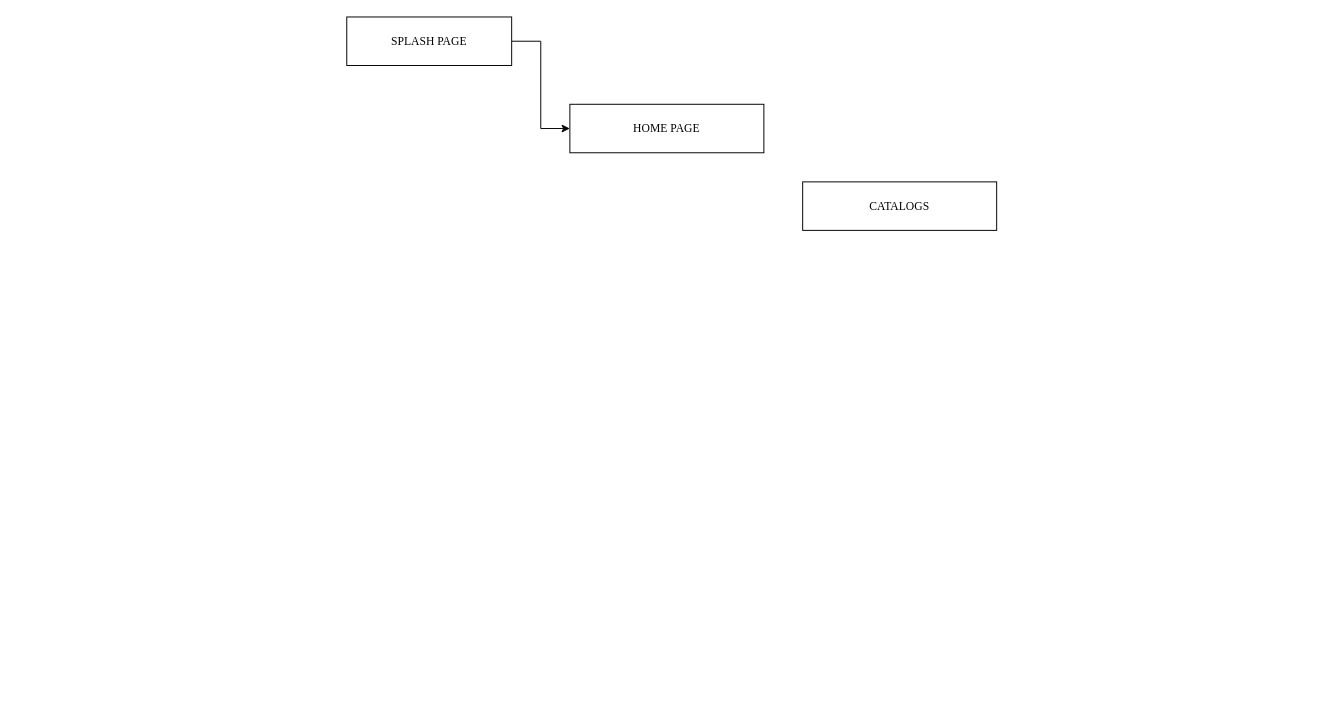
The draw.io diagram Untitled Diagram.drawio in Lawal202/PlantUserflow, before the edit. Source tidied: cells renumbered, new cells numbered last; positions are measured from the earlier drawing's top-left corner, leaving out a move shared by most shapes. Both pictures are drawn from the tidied source at 97%, with x=0, y=0 at pixel (346, 16).
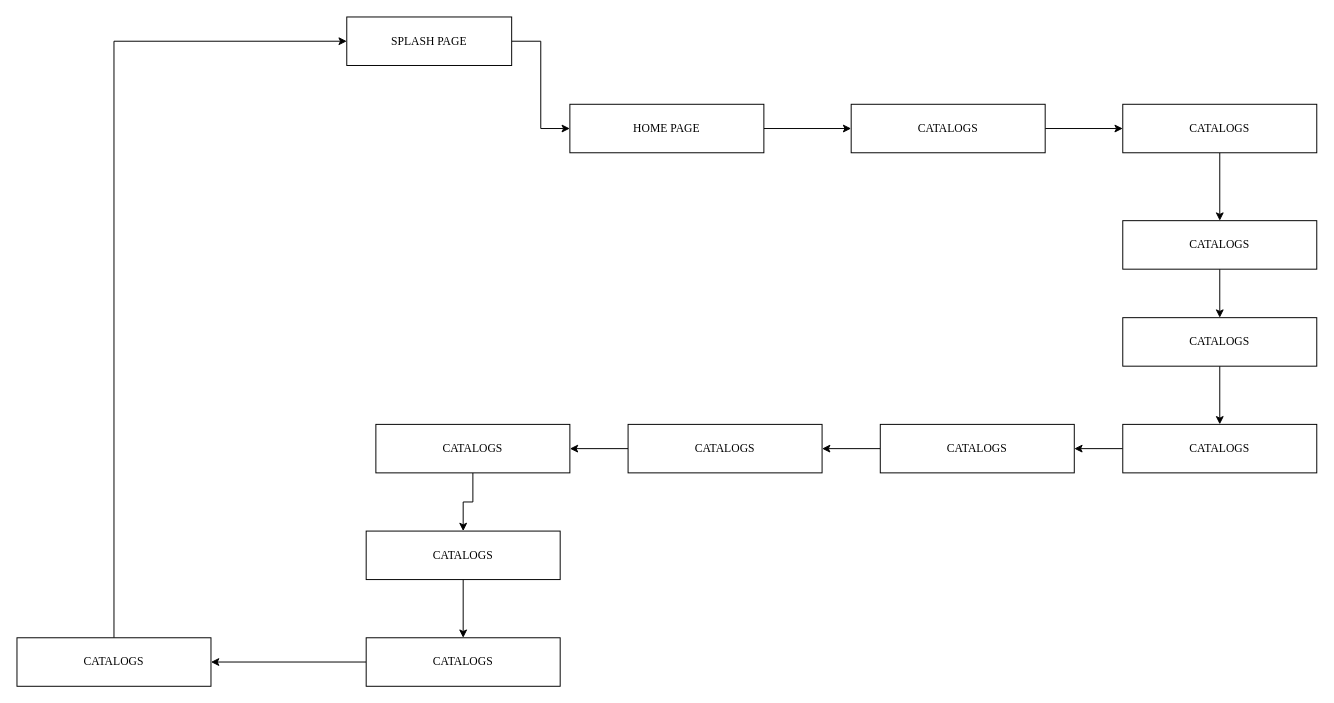
After the change.

The change refers to these unchanged cells:
```xml
<mxCell id="3" value="&lt;font face=&quot;Times New Roman&quot;&gt;SPLASH PAGE&lt;br&gt;&lt;/font&gt;" style="rounded=0;whiteSpace=wrap;html=1;" parent="1" vertex="1">
  <mxGeometry width="170" height="50" as="geometry" />
</mxCell>
<mxCell id="4" value="&lt;font face=&quot;Times New Roman&quot;&gt;HOME PAGE&lt;br&gt;&lt;/font&gt;" style="rounded=0;whiteSpace=wrap;html=1;" parent="1" vertex="1">
  <mxGeometry x="230" y="90" width="200" height="50" as="geometry" />
</mxCell>
```

The edit, as a diff of the source:
```diff
@@
+    <mxCell id="6" style="edgeStyle=orthogonalEdgeStyle;rounded=0;jettySize=auto;html=1;exitX=1;exitY=0.5;exitDx=0;exitDy=0;entryX=0;entryY=0.5;entryDx=0;entryDy=0;" parent="1" edge="1" source="4" target="13">
+      <mxGeometry relative="1" as="geometry" />
+    </mxCell>
@@
+    <mxCell id="7" style="edgeStyle=orthogonalEdgeStyle;rounded=0;jettySize=auto;html=1;exitX=0.5;exitY=1;exitDx=0;exitDy=0;" parent="1" edge="1" source="5" target="17">
+      <mxGeometry relative="1" as="geometry" />
+    </mxCell>
     <mxCell id="5" value="&lt;div&gt;&lt;font face=&quot;Times New Roman&quot;&gt;CATALOGS&lt;/font&gt;&lt;/div&gt;" style="rounded=0;whiteSpace=wrap;html=1;" parent="1" vertex="1">
-      <mxGeometry x="470" y="170" width="200" height="50" as="geometry" />
+      <mxGeometry x="800" y="210" width="200" height="50" as="geometry" />
     </mxCell>
+    <mxCell id="8" style="edgeStyle=orthogonalEdgeStyle;rounded=0;jettySize=auto;html=1;exitX=0;exitY=0.5;exitDx=0;exitDy=0;" parent="1" edge="1" source="9" target="15">
+      <mxGeometry relative="1" as="geometry" />
+    </mxCell>
+    <mxCell id="9" value="&lt;div&gt;&lt;font face=&quot;Times New Roman&quot;&gt;CATALOGS&lt;/font&gt;&lt;/div&gt;" style="rounded=0;whiteSpace=wrap;html=1;" parent="1" vertex="1">
+      <mxGeometry x="800" y="420" width="200" height="50" as="geometry" />
+    </mxCell>
+    <mxCell id="10" style="edgeStyle=orthogonalEdgeStyle;rounded=0;jettySize=auto;html=1;exitX=0.5;exitY=1;exitDx=0;exitDy=0;" parent="1" edge="1" source="11" target="5">
+      <mxGeometry relative="1" as="geometry" />
+    </mxCell>
+    <mxCell id="11" value="&lt;div&gt;&lt;font face=&quot;Times New Roman&quot;&gt;CATALOGS&lt;/font&gt;&lt;/div&gt;" style="rounded=0;whiteSpace=wrap;html=1;" parent="1" vertex="1">
+      <mxGeometry x="800" y="90" width="200" height="50" as="geometry" />
+    </mxCell>
+    <mxCell id="12" style="edgeStyle=orthogonalEdgeStyle;rounded=0;jettySize=auto;html=1;exitX=1;exitY=0.5;exitDx=0;exitDy=0;entryX=0;entryY=0.5;entryDx=0;entryDy=0;" parent="1" edge="1" source="13" target="11">
+      <mxGeometry relative="1" as="geometry" />
+    </mxCell>
+    <mxCell id="13" value="&lt;div&gt;&lt;font face=&quot;Times New Roman&quot;&gt;CATALOGS&lt;/font&gt;&lt;/div&gt;" style="rounded=0;whiteSpace=wrap;html=1;" parent="1" vertex="1">
+      <mxGeometry x="520" y="90" width="200" height="50" as="geometry" />
+    </mxCell>
+    <mxCell id="14" style="edgeStyle=orthogonalEdgeStyle;rounded=0;jettySize=auto;html=1;exitX=0;exitY=0.5;exitDx=0;exitDy=0;entryX=1;entryY=0.5;entryDx=0;entryDy=0;" parent="1" edge="1" source="15" target="21">
+      <mxGeometry relative="1" as="geometry" />
+    </mxCell>
+    <mxCell id="15" value="&lt;div&gt;&lt;font face=&quot;Times New Roman&quot;&gt;CATALOGS&lt;/font&gt;&lt;/div&gt;" style="rounded=0;whiteSpace=wrap;html=1;" parent="1" vertex="1">
+      <mxGeometry x="550" y="420" width="200" height="50" as="geometry" />
+    </mxCell>
+    <mxCell id="16" style="edgeStyle=orthogonalEdgeStyle;rounded=0;jettySize=auto;html=1;exitX=0.5;exitY=1;exitDx=0;exitDy=0;entryX=0.5;entryY=0;entryDx=0;entryDy=0;" parent="1" edge="1" source="17" target="9">
+      <mxGeometry relative="1" as="geometry" />
+    </mxCell>
+    <mxCell id="17" value="&lt;div&gt;&lt;font face=&quot;Times New Roman&quot;&gt;CATALOGS&lt;/font&gt;&lt;/div&gt;" style="rounded=0;whiteSpace=wrap;html=1;" parent="1" vertex="1">
+      <mxGeometry x="800" y="310" width="200" height="50" as="geometry" />
+    </mxCell>
+    <mxCell id="18" style="edgeStyle=orthogonalEdgeStyle;rounded=0;jettySize=auto;html=1;exitX=0.5;exitY=1;exitDx=0;exitDy=0;" parent="1" edge="1" source="19" target="25">
+      <mxGeometry relative="1" as="geometry" />
+    </mxCell>
+    <mxCell id="19" value="&lt;div&gt;&lt;font face=&quot;Times New Roman&quot;&gt;CATALOGS&lt;/font&gt;&lt;/div&gt;" style="rounded=0;whiteSpace=wrap;html=1;" parent="1" vertex="1">
+      <mxGeometry x="30" y="420" width="200" height="50" as="geometry" />
+    </mxCell>
+    <mxCell id="20" style="edgeStyle=orthogonalEdgeStyle;rounded=0;jettySize=auto;html=1;exitX=0;exitY=0.5;exitDx=0;exitDy=0;entryX=1;entryY=0.5;entryDx=0;entryDy=0;" parent="1" edge="1" source="21" target="19">
+      <mxGeometry relative="1" as="geometry" />
+    </mxCell>
+    <mxCell id="21" value="&lt;div&gt;&lt;font face=&quot;Times New Roman&quot;&gt;CATALOGS&lt;/font&gt;&lt;/div&gt;" style="rounded=0;whiteSpace=wrap;html=1;" parent="1" vertex="1">
+      <mxGeometry x="290" y="420" width="200" height="50" as="geometry" />
+    </mxCell>
+    <mxCell id="22" style="edgeStyle=orthogonalEdgeStyle;rounded=0;jettySize=auto;html=1;exitX=0;exitY=0.5;exitDx=0;exitDy=0;entryX=1;entryY=0.5;entryDx=0;entryDy=0;" parent="1" edge="1" source="23" target="27">
+      <mxGeometry relative="1" as="geometry" />
+    </mxCell>
+    <mxCell id="23" value="&lt;div&gt;&lt;font face=&quot;Times New Roman&quot;&gt;CATALOGS&lt;/font&gt;&lt;/div&gt;" style="rounded=0;whiteSpace=wrap;html=1;" parent="1" vertex="1">
+      <mxGeometry x="20" y="640" width="200" height="50" as="geometry" />
+    </mxCell>
+    <mxCell id="24" style="edgeStyle=orthogonalEdgeStyle;rounded=0;jettySize=auto;html=1;exitX=0.5;exitY=1;exitDx=0;exitDy=0;" parent="1" edge="1" source="25" target="23">
+      <mxGeometry relative="1" as="geometry" />
+    </mxCell>
+    <mxCell id="25" value="&lt;div&gt;&lt;font face=&quot;Times New Roman&quot;&gt;CATALOGS&lt;/font&gt;&lt;/div&gt;" style="rounded=0;whiteSpace=wrap;html=1;" parent="1" vertex="1">
+      <mxGeometry x="20" y="530" width="200" height="50" as="geometry" />
+    </mxCell>
+    <mxCell id="26" style="edgeStyle=orthogonalEdgeStyle;rounded=0;jettySize=auto;html=1;exitX=0.5;exitY=0;exitDx=0;exitDy=0;entryX=0;entryY=0.5;entryDx=0;entryDy=0;" parent="1" edge="1" source="27" target="3">
+      <mxGeometry relative="1" as="geometry" />
+    </mxCell>
+    <mxCell id="27" value="&lt;div&gt;&lt;font face=&quot;Times New Roman&quot;&gt;CATALOGS&lt;/font&gt;&lt;/div&gt;" style="rounded=0;whiteSpace=wrap;html=1;" parent="1" vertex="1">
+      <mxGeometry x="-340" y="640" width="200" height="50" as="geometry" />
+    </mxCell>
```
